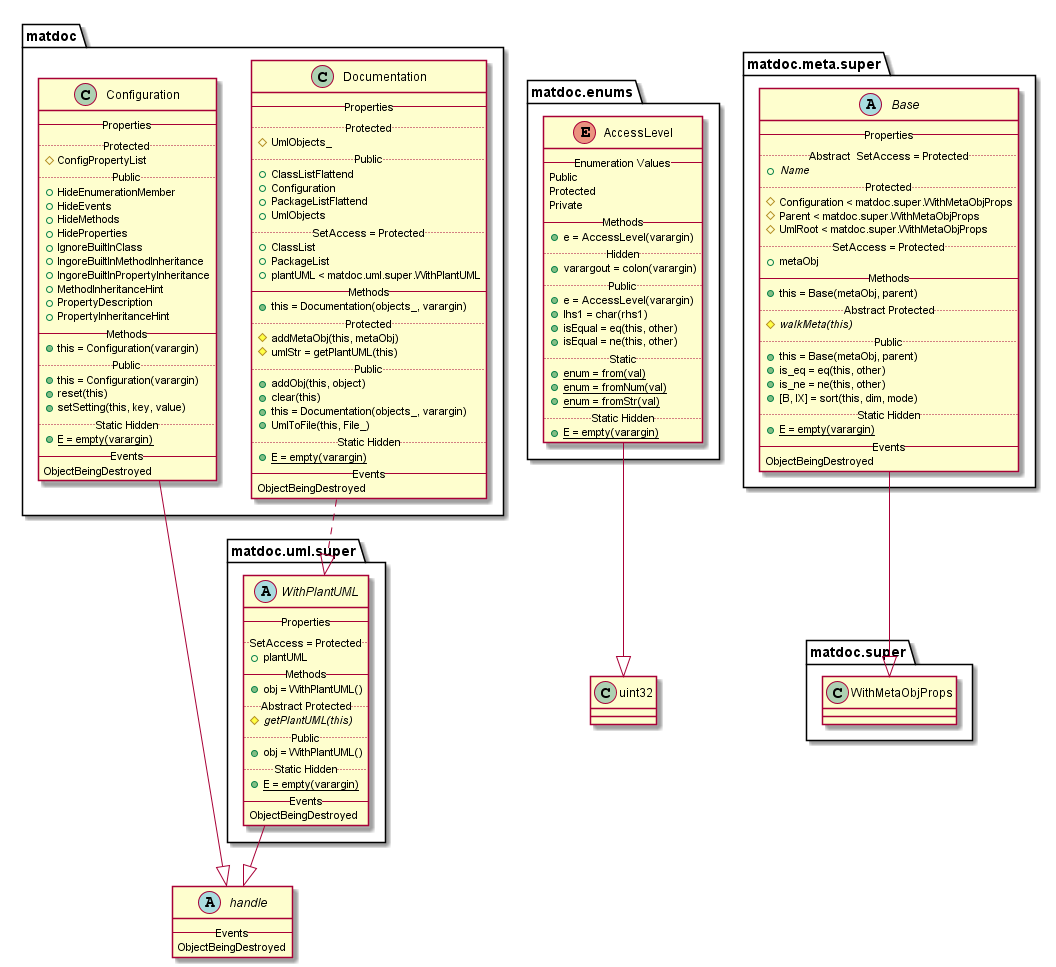
Before: doc/uml-examples/uml-diagram.png, a diagram exported from PlantUML (flxdot/matdoc).
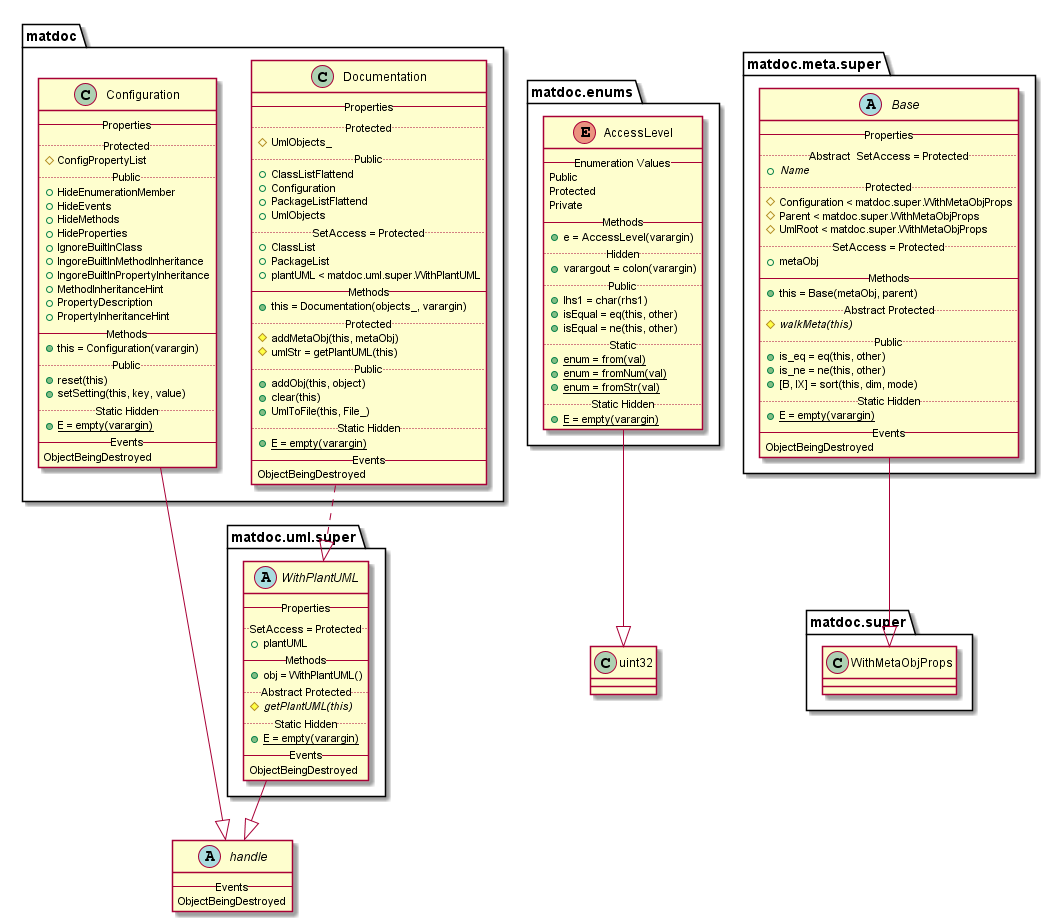
The same diagram one commit later.

Diff of the diagram source:
```diff
@@ -24,7 +24,6 @@
    -- Methods --
    {method} + this = Configuration(varargin)
    .. Public ..
-   {method} + this = Configuration(varargin)
    {method} + reset(this)
    {method} + setSetting(this, key, value)
    .. Static Hidden ..
@@ -56,7 +55,6 @@
    .. Public ..
    {method} + addObj(this, object)
    {method} + clear(this)
-   {method} + this = Documentation(objects_, varargin)
    {method} + UmlToFile(this, File_)
    .. Static Hidden ..
    {method}{static} + E = empty(varargin)
@@ -76,7 +74,6 @@
    .. Hidden ..
    {method} + varargout = colon(varargin)
    .. Public ..
-   {method} + e = AccessLevel(varargin)
    {method} + lhs1 = char(rhs1)
    {method} + isEqual = eq(this, other)
    {method} + isEqual = ne(this, other)
@@ -105,7 +102,6 @@
    .. Abstract Protected ..
    {method}{abstract} # walkMeta(this)
    .. Public ..
-   {method} + this = Base(metaObj, parent)
    {method} + is_eq = eq(this, other)
    {method} + is_ne = ne(this, other)
    {method} + [B, IX] = sort(this, dim, mode)
@@ -125,8 +121,6 @@
    {method} + obj = WithPlantUML()
    .. Abstract Protected ..
    {method}{abstract} # getPlantUML(this)
-   .. Public ..
-   {method} + obj = WithPlantUML()
    .. Static Hidden ..
    {method}{static} + E = empty(varargin)
    -- Events --
```
